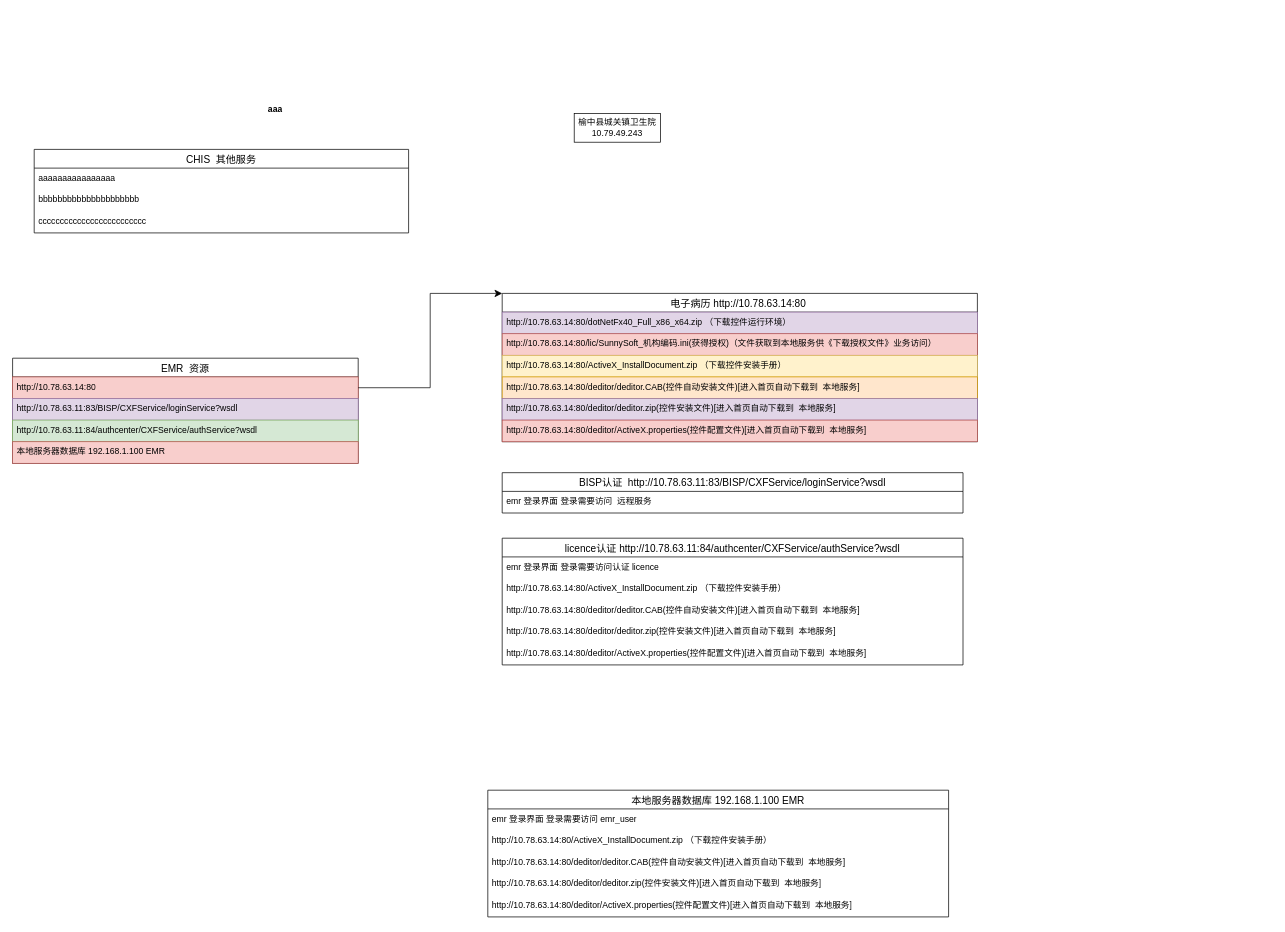
Above: 卫生院环境.drawio in dragon8512/config (draw.io), before the change. Source tidied: cells renumbered, new cells numbered last; positions are measured from the earlier drawing's top-left corner, leaving out a move shared by most shapes. Both pictures are drawn from the tidied source at 72%, with x=0, y=0 at pixel (12, 99).
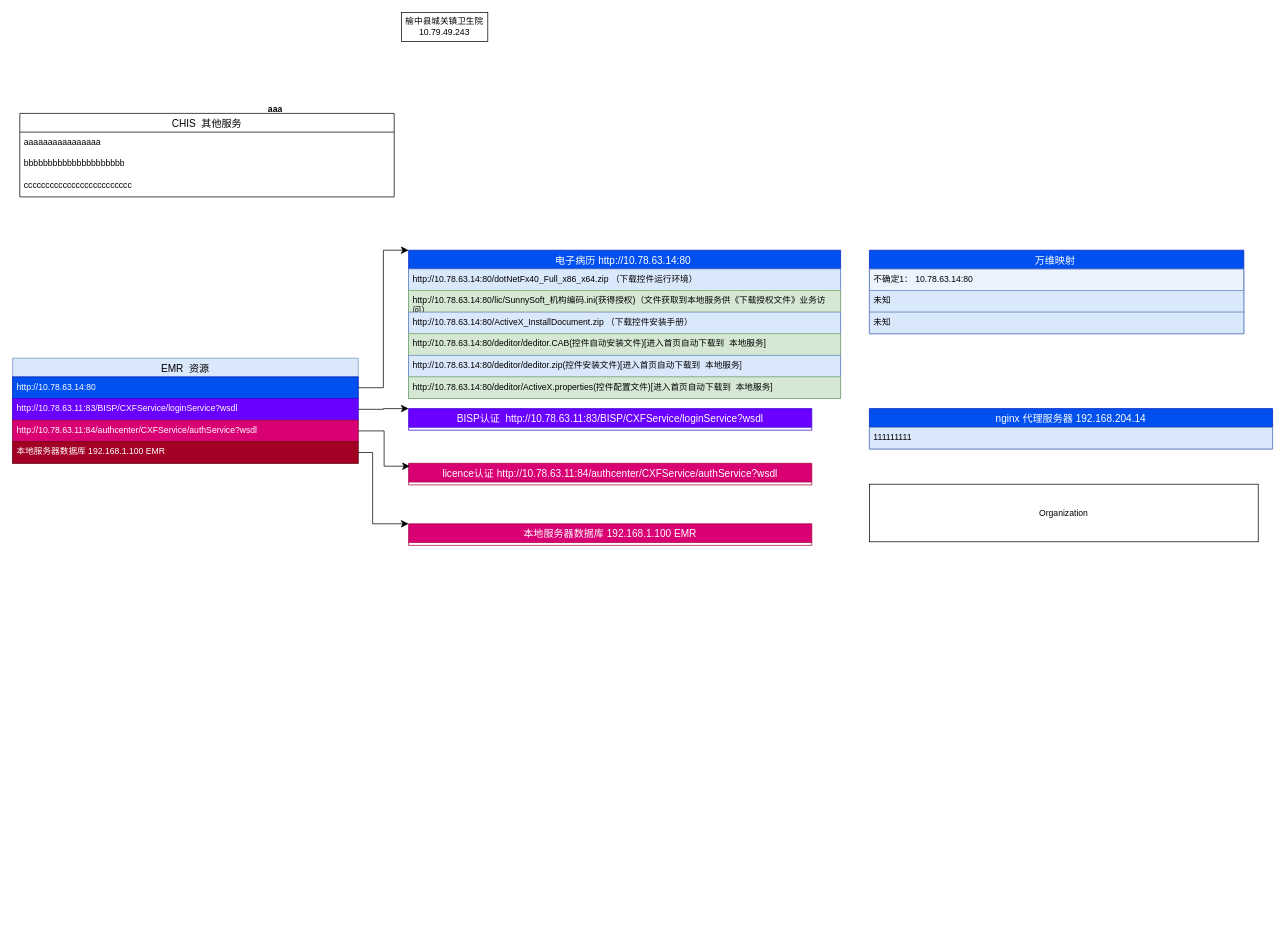
The same page after the edit.

Commit message (it also covers changes not shown here):
更新卫生院环境.drawio

Change to the diagram source:
```diff
@@
     <mxCell id="2" value="榆中县城关镇卫生院&lt;span style=&quot;background-color: initial;&quot;&gt;10.79.49.243&lt;/span&gt;" style="rounded=0;whiteSpace=wrap;html=1;" parent="1" vertex="1">
-      <mxGeometry x="780" y="20" width="120" height="40" as="geometry" />
+      <mxGeometry x="540" y="-120" width="120" height="40" as="geometry" />
     </mxCell>
     <mxCell id="3" value="CHIS  其他服务" style="swimlane;fontStyle=0;horizontal=1;startSize=26;align=center;fontSize=14;" parent="1" vertex="1">
-      <mxGeometry x="30" y="70" width="520" height="116" as="geometry" />
+      <mxGeometry x="10" y="20" width="520" height="116" as="geometry" />
     </mxCell>
@@
-    <mxCell id="8" value="EMR  资源" style="swimlane;fontStyle=0;horizontal=1;startSize=26;align=center;fontSize=14;" parent="1" vertex="1">
+    <mxCell id="8" value="EMR  资源" style="swimlane;fontStyle=0;horizontal=1;startSize=26;align=center;fontSize=14;fillColor=#dae8fc;strokeColor=#6c8ebf;" parent="1" vertex="1">
       <mxGeometry y="360" width="480" height="146" as="geometry" />
     </mxCell>
-    <mxCell id="9" value="http://10.78.63.14:80" style="text;strokeColor=#b85450;fillColor=#f8cecc;spacingLeft=4;spacingRight=4;overflow=hidden;points=[[0,0.5],[1,0.5]];portConstraint=eastwest;fontSize=12;whiteSpace=wrap;html=1;" parent="8" vertex="1">
+    <mxCell id="9" value="http://10.78.63.14:80" style="text;strokeColor=#001DBC;fillColor=#0050ef;spacingLeft=4;spacingRight=4;overflow=hidden;points=[[0,0.5],[1,0.5]];portConstraint=eastwest;fontSize=12;whiteSpace=wrap;html=1;fontColor=#ffffff;" parent="8" vertex="1">
       <mxGeometry y="26" width="480" height="30" as="geometry" />
     </mxCell>
-    <mxCell id="10" value="http://10.78.63.11:83/BISP/CXFService/loginService?wsdl" style="text;strokeColor=#9673a6;fillColor=#e1d5e7;spacingLeft=4;spacingRight=4;overflow=hidden;points=[[0,0.5],[1,0.5]];portConstraint=eastwest;fontSize=12;whiteSpace=wrap;html=1;" parent="8" vertex="1">
+    <mxCell id="10" value="http://10.78.63.11:83/BISP/CXFService/loginService?wsdl" style="text;strokeColor=#3700CC;fillColor=#6a00ff;spacingLeft=4;spacingRight=4;overflow=hidden;points=[[0,0.5],[1,0.5]];portConstraint=eastwest;fontSize=12;whiteSpace=wrap;html=1;fontColor=#ffffff;" parent="8" vertex="1">
       <mxGeometry y="56" width="480" height="30" as="geometry" />
     </mxCell>
-    <mxCell id="11" value="http://10.78.63.11:84/authcenter/CXFService/authService?wsdl" style="text;strokeColor=#82b366;fillColor=#d5e8d4;spacingLeft=4;spacingRight=4;overflow=hidden;points=[[0,0.5],[1,0.5]];portConstraint=eastwest;fontSize=12;whiteSpace=wrap;html=1;" parent="8" vertex="1">
+    <mxCell id="11" value="http://10.78.63.11:84/authcenter/CXFService/authService?wsdl" style="text;strokeColor=#A50040;fillColor=#d80073;spacingLeft=4;spacingRight=4;overflow=hidden;points=[[0,0.5],[1,0.5]];portConstraint=eastwest;fontSize=12;whiteSpace=wrap;html=1;fontColor=#ffffff;" parent="8" vertex="1">
       <mxGeometry y="86" width="480" height="30" as="geometry" />
     </mxCell>
-    <mxCell id="12" value="本地服务器数据库 192.168.1.100&amp;nbsp;EMR" style="text;strokeColor=#b85450;fillColor=#f8cecc;spacingLeft=4;spacingRight=4;overflow=hidden;points=[[0,0.5],[1,0.5]];portConstraint=eastwest;fontSize=12;whiteSpace=wrap;html=1;" parent="8" vertex="1">
+    <mxCell id="12" value="本地服务器数据库 192.168.1.100&amp;nbsp;EMR" style="text;strokeColor=#6F0000;fillColor=#a20025;spacingLeft=4;spacingRight=4;overflow=hidden;points=[[0,0.5],[1,0.5]];portConstraint=eastwest;fontSize=12;whiteSpace=wrap;html=1;fontColor=#ffffff;" parent="8" vertex="1">
       <mxGeometry y="116" width="480" height="30" as="geometry" />
     </mxCell>
-    <mxCell id="13" value="电子病历 http://10.78.63.14:80 " style="swimlane;fontStyle=0;horizontal=1;startSize=26;align=center;fontSize=14;" parent="1" vertex="1">
-      <mxGeometry x="680" y="270" width="660" height="206" as="geometry" />
+    <mxCell id="13" value="电子病历 http://10.78.63.14:80 " style="swimlane;fontStyle=0;horizontal=1;startSize=26;align=center;fontSize=14;fillColor=#0050ef;fontColor=#ffffff;strokeColor=#001DBC;" parent="1" vertex="1">
+      <mxGeometry x="550" y="210" width="600" height="206" as="geometry" />
     </mxCell>
-    <mxCell id="14" value="http://10.78.63.14:80/dotNetFx40_Full_x86_x64.zip （下载控件运行环境）" style="text;strokeColor=#9673a6;fillColor=#e1d5e7;spacingLeft=4;spacingRight=4;overflow=hidden;fontSize=12;whiteSpace=wrap;html=1;" parent="13" vertex="1">
-      <mxGeometry y="26" width="660" height="30" as="geometry" />
+    <mxCell id="14" value="http://10.78.63.14:80/dotNetFx40_Full_x86_x64.zip （下载控件运行环境）" style="text;strokeColor=#6c8ebf;fillColor=#dae8fc;spacingLeft=4;spacingRight=4;overflow=hidden;fontSize=12;whiteSpace=wrap;html=1;" parent="13" vertex="1">
+      <mxGeometry y="26" width="600" height="30" as="geometry" />
     </mxCell>
-    <mxCell id="15" value="http://10.78.63.14:80/lic/SunnySoft_机构编码.ini(获得授权)（文件获取到本地服务供《下载授权文件》业务访问）" style="text;strokeColor=#b85450;fillColor=#f8cecc;spacingLeft=4;spacingRight=4;overflow=hidden;fontSize=12;whiteSpace=wrap;html=1;" parent="13" vertex="1">
-      <mxGeometry y="56" width="660" height="30" as="geometry" />
+    <mxCell id="15" value="http://10.78.63.14:80/lic/SunnySoft_机构编码.ini(获得授权)（文件获取到本地服务供《下载授权文件》业务访问）" style="text;strokeColor=#82b366;fillColor=#d5e8d4;spacingLeft=4;spacingRight=4;overflow=hidden;fontSize=12;whiteSpace=wrap;html=1;" parent="13" vertex="1">
+      <mxGeometry y="56" width="600" height="30" as="geometry" />
     </mxCell>
-    <mxCell id="16" value="http://10.78.63.14:80/ActiveX_InstallDocument.zip （下载控件安装手册）" style="text;strokeColor=#d6b656;fillColor=#fff2cc;spacingLeft=4;spacingRight=4;overflow=hidden;fontSize=12;whiteSpace=wrap;html=1;" parent="13" vertex="1">
-      <mxGeometry y="86" width="660" height="30" as="geometry" />
+    <mxCell id="16" value="http://10.78.63.14:80/ActiveX_InstallDocument.zip （下载控件安装手册）" style="text;strokeColor=#6c8ebf;fillColor=#dae8fc;spacingLeft=4;spacingRight=4;overflow=hidden;fontSize=12;whiteSpace=wrap;html=1;" parent="13" vertex="1">
+      <mxGeometry y="86" width="600" height="30" as="geometry" />
     </mxCell>
-    <mxCell id="17" value="http://10.78.63.14:80/deditor/deditor.CAB(控件自动安装文件)[进入首页自动下载到&amp;nbsp; 本地服务]" style="text;strokeColor=#d79b00;fillColor=#ffe6cc;spacingLeft=4;spacingRight=4;overflow=hidden;fontSize=12;whiteSpace=wrap;html=1;" parent="13" vertex="1">
-      <mxGeometry y="116" width="660" height="30" as="geometry" />
+    <mxCell id="17" value="http://10.78.63.14:80/deditor/deditor.CAB(控件自动安装文件)[进入首页自动下载到&amp;nbsp; 本地服务]" style="text;strokeColor=#82b366;fillColor=#d5e8d4;spacingLeft=4;spacingRight=4;overflow=hidden;fontSize=12;whiteSpace=wrap;html=1;" parent="13" vertex="1">
+      <mxGeometry y="116" width="600" height="30" as="geometry" />
     </mxCell>
-    <mxCell id="18" value="http://10.78.63.14:80/deditor/deditor.zip(控件安装文件)[进入首页自动下载到&amp;nbsp; 本地服务]" style="text;strokeColor=#9673a6;fillColor=#e1d5e7;spacingLeft=4;spacingRight=4;overflow=hidden;fontSize=12;whiteSpace=wrap;html=1;" parent="13" vertex="1">
-      <mxGeometry y="146" width="660" height="30" as="geometry" />
+    <mxCell id="18" value="http://10.78.63.14:80/deditor/deditor.zip(控件安装文件)[进入首页自动下载到&amp;nbsp; 本地服务]" style="text;strokeColor=#6c8ebf;fillColor=#dae8fc;spacingLeft=4;spacingRight=4;overflow=hidden;fontSize=12;whiteSpace=wrap;html=1;" parent="13" vertex="1">
+      <mxGeometry y="146" width="600" height="30" as="geometry" />
     </mxCell>
-    <mxCell id="19" value="http://10.78.63.14:80/deditor/ActiveX.properties(控件配置文件)[进入首页自动下载到&amp;nbsp; 本地服务]" style="text;strokeColor=#b85450;fillColor=#f8cecc;spacingLeft=4;spacingRight=4;overflow=hidden;fontSize=12;whiteSpace=wrap;html=1;" parent="13" vertex="1">
-      <mxGeometry y="176" width="660" height="30" as="geometry" />
+    <mxCell id="19" value="http://10.78.63.14:80/deditor/ActiveX.properties(控件配置文件)[进入首页自动下载到&amp;nbsp; 本地服务]" style="text;strokeColor=#82b366;fillColor=#d5e8d4;spacingLeft=4;spacingRight=4;overflow=hidden;fontSize=12;whiteSpace=wrap;html=1;" parent="13" vertex="1">
+      <mxGeometry y="176" width="600" height="30" as="geometry" />
     </mxCell>
-    <mxCell id="20" value="BISP认证  http://10.78.63.11:83/BISP/CXFService/loginService?wsdl" style="swimlane;fontStyle=0;horizontal=1;startSize=26;align=center;fontSize=14;" parent="1" vertex="1">
-      <mxGeometry x="680" y="519" width="640" height="56" as="geometry" />
+    <mxCell id="20" value="BISP认证  http://10.78.63.11:83/BISP/CXFService/loginService?wsdl" style="swimlane;fontStyle=0;horizontal=1;startSize=26;align=center;fontSize=14;fillColor=#6a00ff;strokeColor=#3700CC;fontColor=#ffffff;" parent="1" vertex="1" collapsed="1">
+      <mxGeometry x="550" y="430" width="560" height="30" as="geometry" />
     </mxCell>
-    <mxCell id="21" value="emr&amp;nbsp;登录界面&amp;nbsp;登录需要访问&amp;nbsp; 远程服务" style="text;strokeColor=none;fillColor=none;spacingLeft=4;spacingRight=4;overflow=hidden;fontSize=12;whiteSpace=wrap;html=1;" parent="20" vertex="1">
-      <mxGeometry y="26" width="640" height="30" as="geometry" />
-    </mxCell>
-    <mxCell id="22" value="licence认证 http://10.78.63.11:84/authcenter/CXFService/authService?wsdl" style="swimlane;fontStyle=0;horizontal=1;startSize=26;align=center;fontSize=14;" parent="1" vertex="1">
-      <mxGeometry x="680" y="610" width="640" height="176" as="geometry" />
+    <mxCell id="22" value="licence认证 http://10.78.63.11:84/authcenter/CXFService/authService?wsdl" style="swimlane;fontStyle=0;horizontal=1;startSize=26;align=center;fontSize=14;fillColor=#d80073;strokeColor=#A50040;fontColor=#ffffff;" parent="1" vertex="1" collapsed="1">
+      <mxGeometry x="550" y="506" width="560" height="30" as="geometry" />
     </mxCell>
-    <mxCell id="23" value="emr&amp;nbsp;登录界面&amp;nbsp;登录需要访问认证&amp;nbsp;licence" style="text;strokeColor=none;fillColor=none;spacingLeft=4;spacingRight=4;overflow=hidden;fontSize=12;whiteSpace=wrap;html=1;" parent="22" vertex="1">
-      <mxGeometry y="26" width="640" height="30" as="geometry" />
-    </mxCell>
-    <mxCell id="24" value="http://10.78.63.14:80/ActiveX_InstallDocument.zip （下载控件安装手册）" style="text;strokeColor=none;fillColor=none;spacingLeft=4;spacingRight=4;overflow=hidden;fontSize=12;whiteSpace=wrap;html=1;" parent="22" vertex="1">
-      <mxGeometry y="56" width="640" height="30" as="geometry" />
-    </mxCell>
-    <mxCell id="25" value="http://10.78.63.14:80/deditor/deditor.CAB(控件自动安装文件)[进入首页自动下载到&amp;nbsp; 本地服务]" style="text;strokeColor=none;fillColor=none;spacingLeft=4;spacingRight=4;overflow=hidden;fontSize=12;whiteSpace=wrap;html=1;" parent="22" vertex="1">
-      <mxGeometry y="86" width="640" height="30" as="geometry" />
-    </mxCell>
-    <mxCell id="26" value="http://10.78.63.14:80/deditor/deditor.zip(控件安装文件)[进入首页自动下载到&amp;nbsp; 本地服务]" style="text;strokeColor=none;fillColor=none;spacingLeft=4;spacingRight=4;overflow=hidden;fontSize=12;whiteSpace=wrap;html=1;" parent="22" vertex="1">
-      <mxGeometry y="116" width="640" height="30" as="geometry" />
-    </mxCell>
-    <mxCell id="27" value="http://10.78.63.14:80/deditor/ActiveX.properties(控件配置文件)[进入首页自动下载到&amp;nbsp; 本地服务]" style="text;strokeColor=none;fillColor=none;spacingLeft=4;spacingRight=4;overflow=hidden;fontSize=12;whiteSpace=wrap;html=1;" parent="22" vertex="1">
-      <mxGeometry y="146" width="640" height="30" as="geometry" />
-    </mxCell>
@@
+    <mxCell id="35" style="edgeStyle=elbowEdgeStyle;elbow=horizontal;endArrow=classic;html=1;curved=0;rounded=0;endSize=8;startSize=8;entryX=0;entryY=0;entryDx=0;entryDy=0;" parent="1" edge="1" source="10" target="20">
+      <mxGeometry relative="1" as="geometry" />
+    </mxCell>
+    <mxCell id="36" style="edgeStyle=elbowEdgeStyle;elbow=horizontal;endArrow=classic;html=1;curved=0;rounded=0;endSize=8;startSize=8;entryX=0.003;entryY=0.134;entryDx=0;entryDy=0;exitX=1;exitY=0.5;exitDx=0;exitDy=0;entryPerimeter=0;" parent="1" edge="1" source="11" target="22">
+      <mxGeometry relative="1" as="geometry" />
+    </mxCell>
-    <mxCell id="29" value="本地服务器数据库 192.168.1.100 EMR" style="swimlane;fontStyle=0;horizontal=1;startSize=26;align=center;fontSize=14;" parent="1" vertex="1">
-      <mxGeometry x="660" y="960" width="640" height="176" as="geometry" />
+    <mxCell id="29" value="本地服务器数据库 192.168.1.100 EMR" style="swimlane;fontStyle=0;horizontal=1;startSize=26;align=center;fontSize=14;fillColor=#d80073;strokeColor=#A50040;fontColor=#ffffff;" parent="1" vertex="1" collapsed="1">
+      <mxGeometry x="550" y="590" width="560" height="30" as="geometry" />
     </mxCell>
-    <mxCell id="30" value="emr&amp;nbsp;登录界面&amp;nbsp;登录需要访问&amp;nbsp;emr_user" style="text;strokeColor=none;fillColor=none;spacingLeft=4;spacingRight=4;overflow=hidden;fontSize=12;whiteSpace=wrap;html=1;" parent="29" vertex="1">
-      <mxGeometry y="26" width="640" height="30" as="geometry" />
-    </mxCell>
-    <mxCell id="31" value="http://10.78.63.14:80/ActiveX_InstallDocument.zip （下载控件安装手册）" style="text;strokeColor=none;fillColor=none;spacingLeft=4;spacingRight=4;overflow=hidden;fontSize=12;whiteSpace=wrap;html=1;" parent="29" vertex="1">
-      <mxGeometry y="56" width="640" height="30" as="geometry" />
-    </mxCell>
-    <mxCell id="32" value="http://10.78.63.14:80/deditor/deditor.CAB(控件自动安装文件)[进入首页自动下载到&amp;nbsp; 本地服务]" style="text;strokeColor=none;fillColor=none;spacingLeft=4;spacingRight=4;overflow=hidden;fontSize=12;whiteSpace=wrap;html=1;" parent="29" vertex="1">
-      <mxGeometry y="86" width="640" height="30" as="geometry" />
-    </mxCell>
-    <mxCell id="33" value="http://10.78.63.14:80/deditor/deditor.zip(控件安装文件)[进入首页自动下载到&amp;nbsp; 本地服务]" style="text;strokeColor=none;fillColor=none;spacingLeft=4;spacingRight=4;overflow=hidden;fontSize=12;whiteSpace=wrap;html=1;" parent="29" vertex="1">
-      <mxGeometry y="116" width="640" height="30" as="geometry" />
-    </mxCell>
-    <mxCell id="34" value="http://10.78.63.14:80/deditor/ActiveX.properties(控件配置文件)[进入首页自动下载到&amp;nbsp; 本地服务]" style="text;strokeColor=none;fillColor=none;spacingLeft=4;spacingRight=4;overflow=hidden;fontSize=12;whiteSpace=wrap;html=1;" parent="29" vertex="1">
-      <mxGeometry y="146" width="640" height="30" as="geometry" />
-    </mxCell>
+    <mxCell id="37" style="edgeStyle=elbowEdgeStyle;elbow=horizontal;endArrow=classic;html=1;curved=0;rounded=0;endSize=8;startSize=8;entryX=0;entryY=0;entryDx=0;entryDy=0;exitX=1;exitY=0.5;exitDx=0;exitDy=0;" parent="1" edge="1" source="12" target="29">
+      <mxGeometry relative="1" as="geometry">
+        <Array as="points">
+          <mxPoint x="500" y="540" />
+        </Array>
+      </mxGeometry>
+    </mxCell>
+    <mxCell id="38" value="nginx 代理服务器 192.168.204.14" style="swimlane;fontStyle=0;horizontal=1;startSize=26;align=center;fontSize=14;fillColor=#0050ef;fontColor=#ffffff;strokeColor=#001DBC;absoluteArcSize=0;backgroundOutline=1;fixDash=1;" parent="1" vertex="1">
+      <mxGeometry x="1190" y="430" width="560" height="56" as="geometry" />
+    </mxCell>
+    <mxCell id="39" value="111111111" style="text;strokeColor=#6c8ebf;fillColor=#dae8fc;spacingLeft=4;spacingRight=4;overflow=hidden;fontSize=12;whiteSpace=wrap;html=1;" parent="38" vertex="1">
+      <mxGeometry y="26" width="560" height="30" as="geometry" />
+    </mxCell>
+    <mxCell id="40" value="万维映射 " style="swimlane;fontStyle=0;horizontal=1;startSize=26;align=center;fontSize=14;fillColor=#0050ef;fontColor=#ffffff;strokeColor=#001DBC;" parent="1" vertex="1">
+      <mxGeometry x="1190" y="210" width="520" height="116" as="geometry" />
+    </mxCell>
+    <mxCell id="41" value="不确定1： 10.78.63.14:80&amp;nbsp;" style="text;strokeColor=#6c8ebf;fillColor=#dae8fc;spacingLeft=4;spacingRight=4;overflow=hidden;fontSize=12;whiteSpace=wrap;html=1;fillOpacity=50;imageAspect=1;imageWidth=12;" parent="40" vertex="1">
+      <mxGeometry y="26" width="520" height="30" as="geometry" />
+    </mxCell>
+    <mxCell id="42" value="未知" style="text;strokeColor=#6c8ebf;fillColor=#dae8fc;spacingLeft=4;spacingRight=4;overflow=hidden;fontSize=12;whiteSpace=wrap;html=1;" parent="40" vertex="1">
+      <mxGeometry y="56" width="520" height="30" as="geometry" />
+    </mxCell>
+    <mxCell id="43" value="未知" style="text;strokeColor=#6c8ebf;fillColor=#dae8fc;spacingLeft=4;spacingRight=4;overflow=hidden;fontSize=12;whiteSpace=wrap;html=1;" parent="40" vertex="1">
+      <mxGeometry y="86" width="520" height="30" as="geometry" />
+    </mxCell>
+    <mxCell id="44" value="Organization" style="whiteSpace=wrap;html=1;align=center;newEdgeStyle={&quot;edgeStyle&quot;:&quot;elbowEdgeStyle&quot;,&quot;startArrow&quot;:&quot;none&quot;,&quot;endArrow&quot;:&quot;none&quot;};fixedWidth=1;movableLabel=1;" parent="1" vertex="1" collapsed="1">
+      <mxGeometry x="1190" y="535" width="540" height="80" as="geometry" />
+    </mxCell>
```
